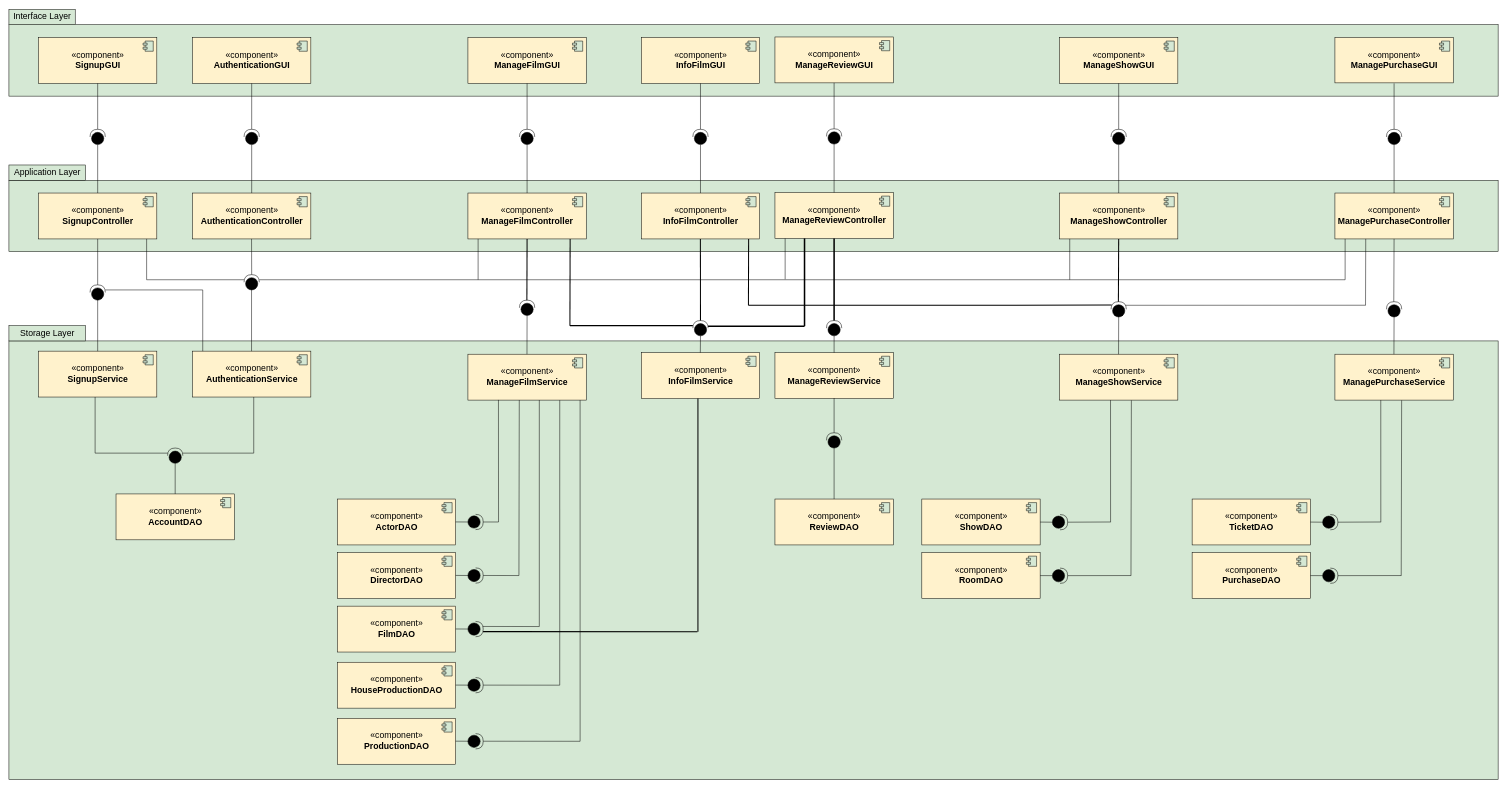
Before: page "Page-1" (1 of 10) of Docs/Architectural Diagram.drawio in BlooDMasK/UniCinema, a draw.io diagram. Source tidied: cells renumbered, new cells numbered last; positions are measured from the earlier drawing's top-left corner, leaving out a move shared by most shapes. Both pictures are drawn from the tidied source at 51%, with x=0, y=0 at pixel (9, 9).
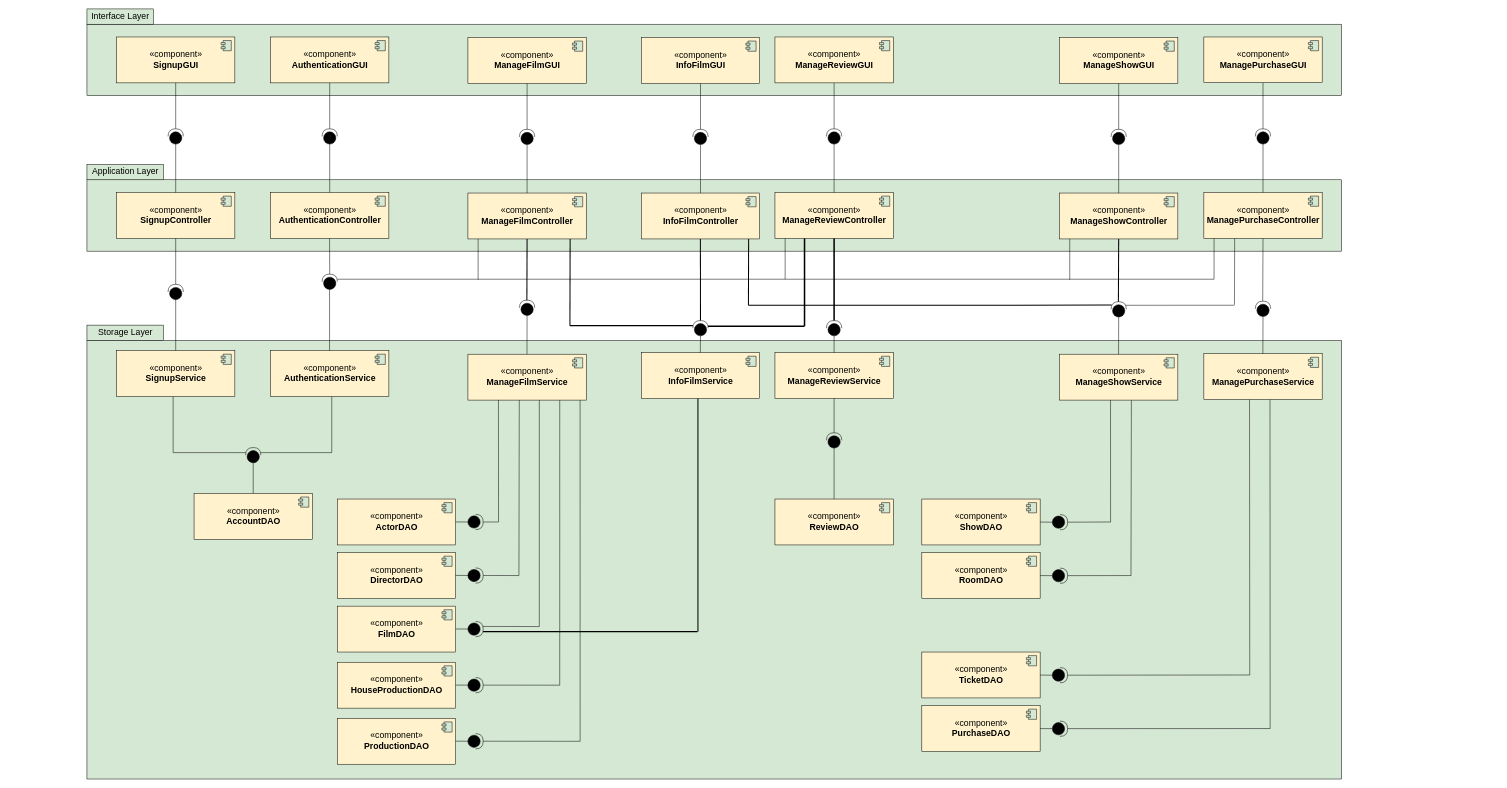
The same diagram, later.

Unchanged cells that the change refers to:
```xml
<mxCell id="116" style="shape=providedRequiredInterface;html=1;verticalLabelPosition=bottom;sketch=0;fillColor=#000000;rotation=-90;" parent="1" vertex="1">
  <mxGeometry x="2161" y="573" width="30" height="30" as="geometry" />
</mxCell>
```

Diff of the diagram source:
```diff
@@
     <mxCell id="2" style="html=1;fillColor=#d5e8d4;strokeColor=#060804;rounded=0;" parent="1" vertex="1">
-      <mxGeometry y="335" width="2920" height="140" as="geometry" />
+      <mxGeometry x="153" y="334" width="2460" height="140" as="geometry" />
     </mxCell>
     <mxCell id="3" style="html=1;fillColor=#d5e8d4;strokeColor=#060804;rounded=0;" parent="1" vertex="1">
-      <mxGeometry y="30" width="2920" height="140" as="geometry" />
+      <mxGeometry x="153" y="29" width="2460" height="140" as="geometry" />
     </mxCell>
     <mxCell id="4" value="&lt;font style=&quot;font-size: 17px&quot;&gt;Interface Layer&lt;/font&gt;" style="html=1;fillColor=#d5e8d4;strokeColor=#060804;rounded=0;" parent="1" vertex="1">
-      <mxGeometry width="130" height="30" as="geometry" />
+      <mxGeometry x="153" y="-1" width="130" height="30" as="geometry" />
     </mxCell>
@@
     <mxCell id="9" value="«component»&lt;br&gt;&lt;b&gt;ManagePurchaseGUI&lt;/b&gt;" style="html=1;fontSize=17;fillColor=#fff2cc;strokeColor=#050402;rounded=0;" parent="1" vertex="1">
-      <mxGeometry x="2600" y="55" width="232" height="89" as="geometry" />
+      <mxGeometry x="2343" y="54" width="232" height="89" as="geometry" />
     </mxCell>
@@
     <mxCell id="11" value="&lt;font style=&quot;font-size: 17px&quot;&gt;Application Layer&lt;/font&gt;" style="html=1;fillColor=#d5e8d4;strokeColor=#060804;rounded=0;" parent="1" vertex="1">
-      <mxGeometry y="305" width="150" height="30" as="geometry" />
+      <mxGeometry x="153" y="304" width="150" height="30" as="geometry" />
     </mxCell>
     <mxCell id="12" style="html=1;fillColor=#d5e8d4;strokeColor=#060804;rounded=0;" parent="1" vertex="1">
-      <mxGeometry y="650" width="2920" height="860" as="geometry" />
+      <mxGeometry x="153" y="649" width="2460" height="860" as="geometry" />
     </mxCell>
     <mxCell id="13" value="&lt;font style=&quot;font-size: 17px&quot;&gt;Storage Layer&lt;/font&gt;" style="html=1;fillColor=#d5e8d4;strokeColor=#060804;rounded=0;" parent="1" vertex="1">
-      <mxGeometry y="620" width="150" height="30" as="geometry" />
+      <mxGeometry x="153" y="619" width="150" height="30" as="geometry" />
     </mxCell>
     <mxCell id="14" value="«component»&lt;br&gt;&lt;b&gt;SignupGUI&lt;/b&gt;" style="html=1;fontSize=17;fillColor=#fff2cc;strokeColor=#050402;rounded=0;" parent="1" vertex="1">
-      <mxGeometry x="58" y="55" width="232" height="90" as="geometry" />
+      <mxGeometry x="211" y="54" width="232" height="90" as="geometry" />
     </mxCell>
@@
     <mxCell id="18" value="«component»&lt;br&gt;&lt;b&gt;&lt;font style=&quot;font-size: 17px&quot;&gt;SignupController&lt;/font&gt;&lt;/b&gt;" style="html=1;fontSize=17;fillColor=#fff2cc;strokeColor=#050402;rounded=0;" parent="1" vertex="1">
-      <mxGeometry x="58" y="360" width="232" height="90" as="geometry" />
+      <mxGeometry x="211" y="359" width="232" height="90" as="geometry" />
     </mxCell>
@@
     <mxCell id="20" value="«component»&lt;br&gt;&lt;b&gt;&lt;font style=&quot;font-size: 17px&quot;&gt;ManagePurchaseController&lt;/font&gt;&lt;/b&gt;" style="html=1;fontSize=17;fillColor=#fff2cc;strokeColor=#050402;rounded=0;" parent="1" vertex="1">
-      <mxGeometry x="2600" y="360" width="232" height="90" as="geometry" />
+      <mxGeometry x="2343" y="359" width="232" height="90" as="geometry" />
     </mxCell>
@@
     <mxCell id="22" value="«component»&lt;br&gt;&lt;b&gt;&lt;font style=&quot;font-size: 17px&quot;&gt;AuthenticationController&lt;/font&gt;&lt;/b&gt;" style="html=1;fontSize=17;fillColor=#fff2cc;strokeColor=#050402;rounded=0;" parent="1" vertex="1">
-      <mxGeometry x="360" y="360" width="232" height="90" as="geometry" />
+      <mxGeometry x="513" y="359" width="232" height="90" as="geometry" />
     </mxCell>
@@
     <mxCell id="24" value="«component»&lt;br&gt;&lt;b&gt;&lt;font style=&quot;font-size: 17px&quot;&gt;AuthenticationGUI&lt;/font&gt;&lt;/b&gt;" style="html=1;fontSize=17;fillColor=#fff2cc;strokeColor=#050402;rounded=0;" parent="1" vertex="1">
-      <mxGeometry x="360" y="55" width="232" height="90" as="geometry" />
+      <mxGeometry x="513" y="54" width="232" height="90" as="geometry" />
     </mxCell>
@@
     <mxCell id="32" value="«component»&lt;br&gt;&lt;b&gt;&lt;font style=&quot;font-size: 17px&quot;&gt;SignupService&lt;/font&gt;&lt;/b&gt;" style="html=1;fontSize=17;fillColor=#fff2cc;strokeColor=#050402;rounded=0;" parent="1" vertex="1">
-      <mxGeometry x="58" y="670" width="232" height="90" as="geometry" />
+      <mxGeometry x="211" y="669" width="232" height="90" as="geometry" />
     </mxCell>
@@
     <mxCell id="34" value="«component»&lt;br&gt;&lt;b&gt;&lt;font style=&quot;font-size: 17px&quot;&gt;ManagePurchaseService&lt;/font&gt;&lt;/b&gt;" style="html=1;fontSize=17;fillColor=#fff2cc;strokeColor=#050402;rounded=0;" parent="1" vertex="1">
-      <mxGeometry x="2600" y="676" width="232" height="90" as="geometry" />
+      <mxGeometry x="2343" y="675" width="232" height="90" as="geometry" />
     </mxCell>
@@
     <mxCell id="36" value="«component»&lt;br&gt;&lt;b&gt;&lt;font style=&quot;font-size: 17px&quot;&gt;AuthenticationService&lt;/font&gt;&lt;/b&gt;" style="html=1;fontSize=17;fillColor=#fff2cc;strokeColor=#050402;rounded=0;" parent="1" vertex="1">
-      <mxGeometry x="360" y="670" width="232" height="90" as="geometry" />
+      <mxGeometry x="513" y="669" width="232" height="90" as="geometry" />
     </mxCell>
@@
     <mxCell id="44" value="«component»&lt;br&gt;&lt;b&gt;&lt;font style=&quot;font-size: 17px&quot;&gt;AccountDAO&lt;/font&gt;&lt;/b&gt;" style="html=1;fontSize=17;fillColor=#fff2cc;strokeColor=#050402;rounded=0;" parent="1" vertex="1">
-      <mxGeometry x="210" y="950" width="232" height="90" as="geometry" />
+      <mxGeometry x="363" y="949" width="232" height="90" as="geometry" />
     </mxCell>
@@
     <mxCell id="60" value="«component»&lt;br&gt;&lt;b&gt;&lt;font style=&quot;font-size: 17px&quot;&gt;TicketDAO&lt;/font&gt;&lt;/b&gt;" style="html=1;fontSize=17;fillColor=#fff2cc;strokeColor=#050402;rounded=0;" parent="1" vertex="1">
-      <mxGeometry x="2320" y="960" width="232" height="90" as="geometry" />
+      <mxGeometry x="1790" y="1260" width="232" height="90" as="geometry" />
     </mxCell>
@@
     <mxCell id="62" value="«component»&lt;br&gt;&lt;b&gt;&lt;font style=&quot;font-size: 17px&quot;&gt;PurchaseDAO&lt;/font&gt;&lt;/b&gt;" style="html=1;fontSize=17;fillColor=#fff2cc;strokeColor=#050402;rounded=0;" parent="1" vertex="1">
-      <mxGeometry x="2320" y="1065" width="232" height="90" as="geometry" />
+      <mxGeometry x="1790" y="1365" width="232" height="90" as="geometry" />
     </mxCell>
@@
     <mxCell id="73" style="shape=providedRequiredInterface;html=1;verticalLabelPosition=bottom;sketch=0;fillColor=#000000;rotation=-90;" parent="1" vertex="1">
-      <mxGeometry x="159" y="235" width="30" height="30" as="geometry" />
+      <mxGeometry x="312" y="234" width="30" height="30" as="geometry" />
     </mxCell>
@@
     <mxCell id="75" style="endArrow=none;html=1;rounded=0;exitX=0.5;exitY=0;exitDx=0;exitDy=0;entryX=0;entryY=0.5;entryDx=0;entryDy=0;entryPerimeter=0;" parent="1" edge="1" target="76">
       <mxGeometry relative="1" as="geometry">
-        <mxPoint x="476" y="360" as="sourcePoint" />
+        <mxPoint x="629" y="359" as="sourcePoint" />
       </mxGeometry>
     </mxCell>
     <mxCell id="76" style="shape=providedRequiredInterface;html=1;verticalLabelPosition=bottom;sketch=0;fillColor=#000000;rotation=-90;" parent="1" vertex="1">
-      <mxGeometry x="461" y="235" width="30" height="30" as="geometry" />
+      <mxGeometry x="614" y="234" width="30" height="30" as="geometry" />
     </mxCell>
     <mxCell id="77" style="endArrow=none;html=1;rounded=0;exitX=1;exitY=0.5;exitDx=0;exitDy=0;entryX=0.5;entryY=1;entryDx=0;entryDy=0;exitPerimeter=0;" parent="1" edge="1" source="76">
       <mxGeometry relative="1" as="geometry">
-        <mxPoint x="476" y="145" as="targetPoint" />
+        <mxPoint x="629" y="144" as="targetPoint" />
       </mxGeometry>
     </mxCell>
@@
     <mxCell id="87" style="endArrow=none;html=1;rounded=0;exitX=0.5;exitY=0;exitDx=0;exitDy=0;entryX=0;entryY=0.5;entryDx=0;entryDy=0;entryPerimeter=0;" parent="1" edge="1" target="88">
       <mxGeometry relative="1" as="geometry">
-        <mxPoint x="2716" y="360" as="sourcePoint" />
+        <mxPoint x="2459" y="359" as="sourcePoint" />
       </mxGeometry>
     </mxCell>
     <mxCell id="88" style="shape=providedRequiredInterface;html=1;verticalLabelPosition=bottom;sketch=0;fillColor=#000000;rotation=-90;" parent="1" vertex="1">
-      <mxGeometry x="2701" y="235" width="30" height="30" as="geometry" />
+      <mxGeometry x="2444" y="234" width="30" height="30" as="geometry" />
     </mxCell>
     <mxCell id="89" style="endArrow=none;html=1;rounded=0;exitX=1;exitY=0.5;exitDx=0;exitDy=0;entryX=0.5;entryY=1;entryDx=0;entryDy=0;exitPerimeter=0;" parent="1" edge="1" source="88">
       <mxGeometry relative="1" as="geometry">
-        <mxPoint x="2716" y="145" as="targetPoint" />
+        <mxPoint x="2459" y="144" as="targetPoint" />
       </mxGeometry>
     </mxCell>
@@
     <mxCell id="94" style="shape=providedRequiredInterface;html=1;verticalLabelPosition=bottom;sketch=0;fillColor=#000000;rotation=-90;" parent="1" vertex="1">
-      <mxGeometry x="159" y="540" width="30" height="30" as="geometry" />
+      <mxGeometry x="312" y="539" width="30" height="30" as="geometry" />
     </mxCell>
     <mxCell id="95" style="endArrow=none;html=1;rounded=0;exitX=1;exitY=0.5;exitDx=0;exitDy=0;entryX=0.5;entryY=1;entryDx=0;entryDy=0;exitPerimeter=0;" parent="1" edge="1" source="94">
       <mxGeometry relative="1" as="geometry">
-        <mxPoint x="174" y="450" as="targetPoint" />
+        <mxPoint x="327" y="449" as="targetPoint" />
       </mxGeometry>
     </mxCell>
-    <mxCell id="96" style="endArrow=none;html=1;rounded=0;entryX=0;entryY=0.5;entryDx=0;entryDy=0;entryPerimeter=0;noJump=0;" parent="1" edge="1">
-      <mxGeometry relative="1" as="geometry">
-        <mxPoint x="380" y="550" as="sourcePoint" />
-        <mxPoint x="189" y="550" as="targetPoint" />
-      </mxGeometry>
-    </mxCell>
-    <mxCell id="97" style="endArrow=none;html=1;rounded=0;exitX=0.5;exitY=0;exitDx=0;exitDy=0;" parent="1" edge="1">
-      <mxGeometry relative="1" as="geometry">
-        <mxPoint x="380" y="670" as="sourcePoint" />
-        <mxPoint x="380" y="550" as="targetPoint" />
-      </mxGeometry>
-    </mxCell>
     <mxCell id="98" style="shape=providedRequiredInterface;html=1;verticalLabelPosition=bottom;sketch=0;fillColor=#000000;rotation=-90;" parent="1" vertex="1">
-      <mxGeometry x="461" y="520" width="30" height="30" as="geometry" />
+      <mxGeometry x="614" y="519" width="30" height="30" as="geometry" />
     </mxCell>
     <mxCell id="99" style="endArrow=none;html=1;rounded=0;exitX=0.5;exitY=0;exitDx=0;exitDy=0;" parent="1" edge="1">
       <mxGeometry relative="1" as="geometry">
-        <mxPoint x="475.7" y="670" as="sourcePoint" />
-        <mxPoint x="475.7" y="550" as="targetPoint" />
+        <mxPoint x="628.7" y="669" as="sourcePoint" />
+        <mxPoint x="628.7" y="549" as="targetPoint" />
       </mxGeometry>
     </mxCell>
-    <mxCell id="100" style="endArrow=none;html=1;rounded=0;entryX=0;entryY=0.5;entryDx=0;entryDy=0;entryPerimeter=0;noJump=0;" parent="1" edge="1">
-      <mxGeometry relative="1" as="geometry">
-        <mxPoint x="461" y="530" as="sourcePoint" />
-        <mxPoint x="270" y="530" as="targetPoint" />
-      </mxGeometry>
-    </mxCell>
-    <mxCell id="101" style="endArrow=none;html=1;rounded=0;entryX=0.5;entryY=1;entryDx=0;entryDy=0;" parent="1" edge="1">
-      <mxGeometry relative="1" as="geometry">
-        <mxPoint x="270" y="530" as="sourcePoint" />
-        <mxPoint x="270" y="450" as="targetPoint" />
-      </mxGeometry>
-    </mxCell>
     <mxCell id="102" style="endArrow=none;html=1;rounded=0;exitX=1;exitY=0.5;exitDx=0;exitDy=0;exitPerimeter=0;" parent="1" edge="1" source="98">
       <mxGeometry relative="1" as="geometry">
-        <mxPoint x="475.7" y="450" as="targetPoint" />
+        <mxPoint x="628.7" y="449" as="targetPoint" />
       </mxGeometry>
     </mxCell>
     <mxCell id="103" style="endArrow=none;html=1;rounded=0;entryX=0;entryY=0.5;entryDx=0;entryDy=0;entryPerimeter=0;noJump=0;" parent="1" edge="1">
       <mxGeometry relative="1" as="geometry">
-        <mxPoint x="2620" y="530" as="sourcePoint" />
-        <mxPoint x="491" y="530" as="targetPoint" />
+        <mxPoint x="2363" y="529" as="sourcePoint" />
+        <mxPoint x="644" y="529" as="targetPoint" />
       </mxGeometry>
     </mxCell>
@@
     <mxCell id="106" style="endArrow=none;html=1;rounded=0;entryX=0.5;entryY=1;entryDx=0;entryDy=0;" parent="1" edge="1">
       <mxGeometry relative="1" as="geometry">
-        <mxPoint x="2620" y="530" as="sourcePoint" />
-        <mxPoint x="2620" y="450" as="targetPoint" />
+        <mxPoint x="2363" y="529" as="sourcePoint" />
+        <mxPoint x="2363" y="449" as="targetPoint" />
       </mxGeometry>
     </mxCell>
@@
     <mxCell id="121" style="shape=providedRequiredInterface;html=1;verticalLabelPosition=bottom;sketch=0;fillColor=#000000;rotation=-90;" parent="1" vertex="1">
-      <mxGeometry x="2701" y="573" width="30" height="30" as="geometry" />
+      <mxGeometry x="2444" y="572" width="30" height="30" as="geometry" />
     </mxCell>
     <mxCell id="122" style="endArrow=none;html=1;rounded=0;entryX=0.5;entryY=1;entryDx=0;entryDy=0;" parent="1" edge="1">
       <mxGeometry relative="1" as="geometry">
-        <mxPoint x="2715.4" y="573" as="sourcePoint" />
-        <mxPoint x="2716" y="450" as="targetPoint" />
+        <mxPoint x="2458.4" y="572" as="sourcePoint" />
+        <mxPoint x="2459" y="449" as="targetPoint" />
       </mxGeometry>
     </mxCell>
     <mxCell id="123" style="endArrow=none;html=1;rounded=0;entryX=0;entryY=0.5;entryDx=0;entryDy=0;entryPerimeter=0;" parent="1" edge="1" target="121">
       <mxGeometry relative="1" as="geometry">
-        <mxPoint x="2715.7" y="676" as="sourcePoint" />
+        <mxPoint x="2458.7" y="675" as="sourcePoint" />
       </mxGeometry>
     </mxCell>
     <mxCell id="124" style="endArrow=none;html=1;rounded=0;entryX=0.5;entryY=1;entryDx=0;entryDy=0;" parent="1" edge="1">
       <mxGeometry relative="1" as="geometry">
-        <mxPoint x="2660" y="580" as="sourcePoint" />
-        <mxPoint x="2660.4" y="450" as="targetPoint" />
+        <mxPoint x="2403" y="579" as="sourcePoint" />
+        <mxPoint x="2403.4" y="449" as="targetPoint" />
       </mxGeometry>
     </mxCell>
-    <mxCell id="125" style="endArrow=none;html=1;rounded=0;noJump=0;exitX=0.775;exitY=0.043;exitDx=0;exitDy=0;exitPerimeter=0;entryX=0.763;entryY=0.947;entryDx=0;entryDy=0;entryPerimeter=0;" parent="1" edge="1" target="116">
+    <mxCell id="125" style="endArrow=none;html=1;rounded=0;noJump=0;entryX=0.763;entryY=0.947;entryDx=0;entryDy=0;entryPerimeter=0;" parent="1" edge="1" target="116">
       <mxGeometry relative="1" as="geometry">
-        <mxPoint x="2660.3" y="580" as="sourcePoint" />
+        <mxPoint x="2403" y="580" as="sourcePoint" />
       </mxGeometry>
     </mxCell>
@@
     <mxCell id="131" style="shape=providedRequiredInterface;html=1;verticalLabelPosition=bottom;sketch=0;fillColor=#000000;rotation=-90;" parent="1" vertex="1">
-      <mxGeometry x="311" y="860" width="30" height="30" as="geometry" />
+      <mxGeometry x="464" y="859" width="30" height="30" as="geometry" />
     </mxCell>
@@
     <mxCell id="133" style="endArrow=none;html=1;rounded=0;noJump=0;exitX=0.666;exitY=0.014;exitDx=0;exitDy=0;exitPerimeter=0;" parent="1" edge="1" source="131">
       <mxGeometry relative="1" as="geometry">
-        <mxPoint x="169" y="870" as="targetPoint" />
+        <mxPoint x="322" y="869" as="targetPoint" />
       </mxGeometry>
     </mxCell>
     <mxCell id="134" style="endArrow=none;html=1;rounded=0;entryX=0.5;entryY=1;entryDx=0;entryDy=0;" parent="1" edge="1">
       <mxGeometry relative="1" as="geometry">
-        <mxPoint x="169" y="870" as="sourcePoint" />
-        <mxPoint x="169" y="760" as="targetPoint" />
+        <mxPoint x="322" y="869" as="sourcePoint" />
+        <mxPoint x="322" y="759" as="targetPoint" />
       </mxGeometry>
     </mxCell>
     <mxCell id="135" style="endArrow=none;html=1;rounded=0;noJump=0;" parent="1" edge="1">
       <mxGeometry relative="1" as="geometry">
-        <mxPoint x="480" y="870" as="sourcePoint" />
-        <mxPoint x="341" y="870" as="targetPoint" />
+        <mxPoint x="633" y="869" as="sourcePoint" />
+        <mxPoint x="494" y="869" as="targetPoint" />
       </mxGeometry>
     </mxCell>
     <mxCell id="136" style="endArrow=none;html=1;rounded=0;entryX=0.5;entryY=1;entryDx=0;entryDy=0;" parent="1" edge="1">
       <mxGeometry relative="1" as="geometry">
-        <mxPoint x="480" y="870" as="sourcePoint" />
-        <mxPoint x="480" y="760" as="targetPoint" />
+        <mxPoint x="633" y="869" as="sourcePoint" />
+        <mxPoint x="633" y="759" as="targetPoint" />
       </mxGeometry>
     </mxCell>
@@
     <mxCell id="167" style="shape=providedRequiredInterface;html=1;verticalLabelPosition=bottom;sketch=0;fillColor=#000000;rotation=0;" parent="1" vertex="1">
-      <mxGeometry x="2575.9" y="990.4" width="30" height="30" as="geometry" />
+      <mxGeometry x="2045.9" y="1290.4" width="30" height="30" as="geometry" />
     </mxCell>
     <mxCell id="168" style="shape=providedRequiredInterface;html=1;verticalLabelPosition=bottom;sketch=0;fillColor=#000000;rotation=0;" parent="1" vertex="1">
-      <mxGeometry x="2575.9" y="1095.4" width="30" height="30" as="geometry" />
+      <mxGeometry x="2045.9" y="1395.4" width="30" height="30" as="geometry" />
     </mxCell>
     <mxCell id="169" style="endArrow=none;html=1;rounded=0;noJump=0;entryX=1;entryY=0.5;entryDx=0;entryDy=0;entryPerimeter=0;" parent="1" edge="1" target="167">
       <mxGeometry relative="1" as="geometry">
-        <mxPoint x="2689.9" y="1005" as="sourcePoint" />
+        <mxPoint x="2433" y="1305" as="sourcePoint" />
       </mxGeometry>
     </mxCell>
     <mxCell id="170" style="endArrow=none;html=1;rounded=0;noJump=0;entryX=1;entryY=0.5;entryDx=0;entryDy=0;entryPerimeter=0;" parent="1" edge="1">
       <mxGeometry relative="1" as="geometry">
-        <mxPoint x="2729.9" y="1110" as="sourcePoint" />
-        <mxPoint x="2605.9" y="1110.2" as="targetPoint" />
+        <mxPoint x="2473" y="1410" as="sourcePoint" />
+        <mxPoint x="2075.9" y="1410.2" as="targetPoint" />
       </mxGeometry>
     </mxCell>
-    <mxCell id="171" style="endArrow=none;html=1;rounded=0;entryX=0.258;entryY=0.996;entryDx=0;entryDy=0;entryPerimeter=0;" parent="1" edge="1">
+    <mxCell id="171" style="endArrow=none;html=1;rounded=0;entryX=0.386;entryY=1.004;entryDx=0;entryDy=0;entryPerimeter=0;" parent="1" edge="1" target="34">
       <mxGeometry relative="1" as="geometry">
-        <mxPoint x="2690" y="1005.4" as="sourcePoint" />
-        <mxPoint x="2689.9" y="766" as="targetPoint" />
+        <mxPoint x="2433" y="1305" as="sourcePoint" />
       </mxGeometry>
     </mxCell>
-    <mxCell id="172" style="endArrow=none;html=1;rounded=0;entryX=0.258;entryY=0.996;entryDx=0;entryDy=0;entryPerimeter=0;" parent="1" edge="1">
+    <mxCell id="172" style="endArrow=none;html=1;rounded=0;entryX=0.559;entryY=1.002;entryDx=0;entryDy=0;entryPerimeter=0;" parent="1" edge="1" target="34">
       <mxGeometry relative="1" as="geometry">
-        <mxPoint x="2730" y="1110.4" as="sourcePoint" />
-        <mxPoint x="2730.8" y="766.4" as="targetPoint" />
+        <mxPoint x="2473" y="1410" as="sourcePoint" />
       </mxGeometry>
     </mxCell>
     <mxCell id="173" style="endArrow=none;html=1;rounded=0;noJump=0;entryX=1;entryY=0.5;entryDx=0;entryDy=0;entryPerimeter=0;exitX=0;exitY=0.5;exitDx=0;exitDy=0;exitPerimeter=0;" parent="1" edge="1" source="167">
       <mxGeometry relative="1" as="geometry">
-        <mxPoint x="2551.9" y="1005.2" as="targetPoint" />
+        <mxPoint x="2021.9" y="1305.2" as="targetPoint" />
       </mxGeometry>
     </mxCell>
     <mxCell id="174" style="endArrow=none;html=1;rounded=0;noJump=0;entryX=1;entryY=0.5;entryDx=0;entryDy=0;entryPerimeter=0;exitX=0;exitY=0.5;exitDx=0;exitDy=0;exitPerimeter=0;" parent="1" edge="1">
       <mxGeometry relative="1" as="geometry">
-        <mxPoint x="2575.9" y="1110.2" as="sourcePoint" />
-        <mxPoint x="2551.9" y="1110.1" as="targetPoint" />
+        <mxPoint x="2045.9" y="1410.2" as="sourcePoint" />
+        <mxPoint x="2021.9" y="1410.1" as="targetPoint" />
       </mxGeometry>
     </mxCell>
```
